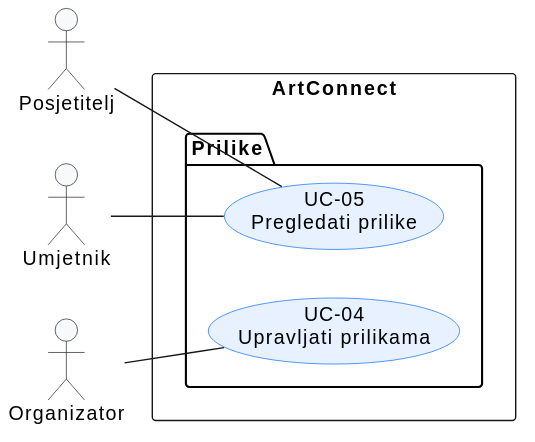
The PlantUML diagram docs/assets/diagrams/3-1-artconnect-prilike-UC.svg in LD05-fk/Strumfovi, before a commit.
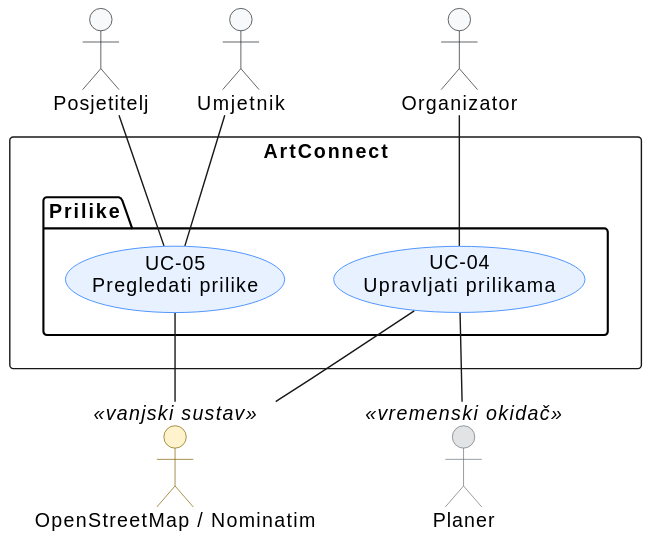
The same diagram one commit later.

Diff of the diagram source:
```diff
@@ -1,11 +1,15 @@
 @startuml
-left to right direction
+top to bottom direction
 skinparam shadowing false
 skinparam defaultFontName Arial
 
 skinparam actor {
     BackgroundColor #F8F9FA
     BorderColor #212529
+    BackgroundColor<<vanjski sustav>> #FFF3CD
+    BorderColor<<vanjski sustav>> #856404
+    BackgroundColor<<vremenski okidač>> #E2E3E5
+    BorderColor<<vremenski okidač>> #6C757D
 }
 
 skinparam usecase {
@@ -24,7 +28,16 @@
   }
 }
 
-Organizator -- UC04
+together {
+  actor "OpenStreetMap / Nominatim" as OSM <<vanjski sustav>>
+  actor "Planer" as Planer <<vremenski okidač>>
+}
+
 Posjetitelj -- UC05
 Umjetnik -- UC05
+Organizator -- UC04
+
+UC04 -- OSM
+UC05 -- OSM
+UC04 -- Planer
 @enduml
```
